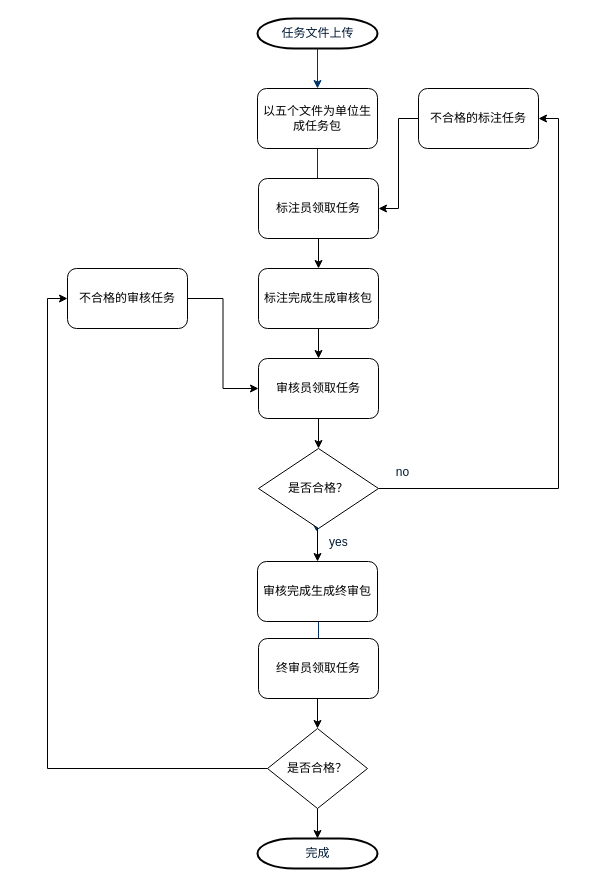
chris-peng-1244/draw.io keeps this draw.io diagram as MarkFlow.drawio. Above is the earlier version. Source tidied: cells renumbered, new cells numbered last; positions are measured from the earlier drawing's top-left corner, leaving out a move shared by most shapes. Both pictures are drawn from the tidied source at 100%, with x=0, y=0 at pixel (67, 18).
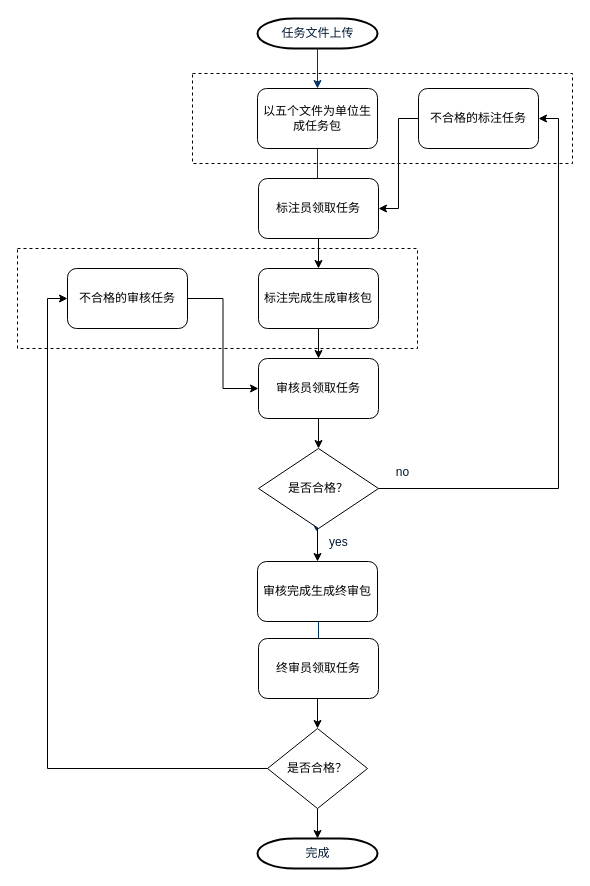
The same page after the edit.

Change to the diagram source:
```diff
@@
+    <mxCell id="30" style="rounded=0;whiteSpace=wrap;html=1;fillColor=none;dashed=1;" parent="1" vertex="1">
+      <mxGeometry x="125" y="55" width="380" height="90" as="geometry" />
+    </mxCell>
+    <mxCell id="31" style="rounded=0;whiteSpace=wrap;html=1;dashed=1;fillColor=none;" parent="1" vertex="1">
+      <mxGeometry x="-50" y="230" width="400" height="100" as="geometry" />
+    </mxCell>
```
